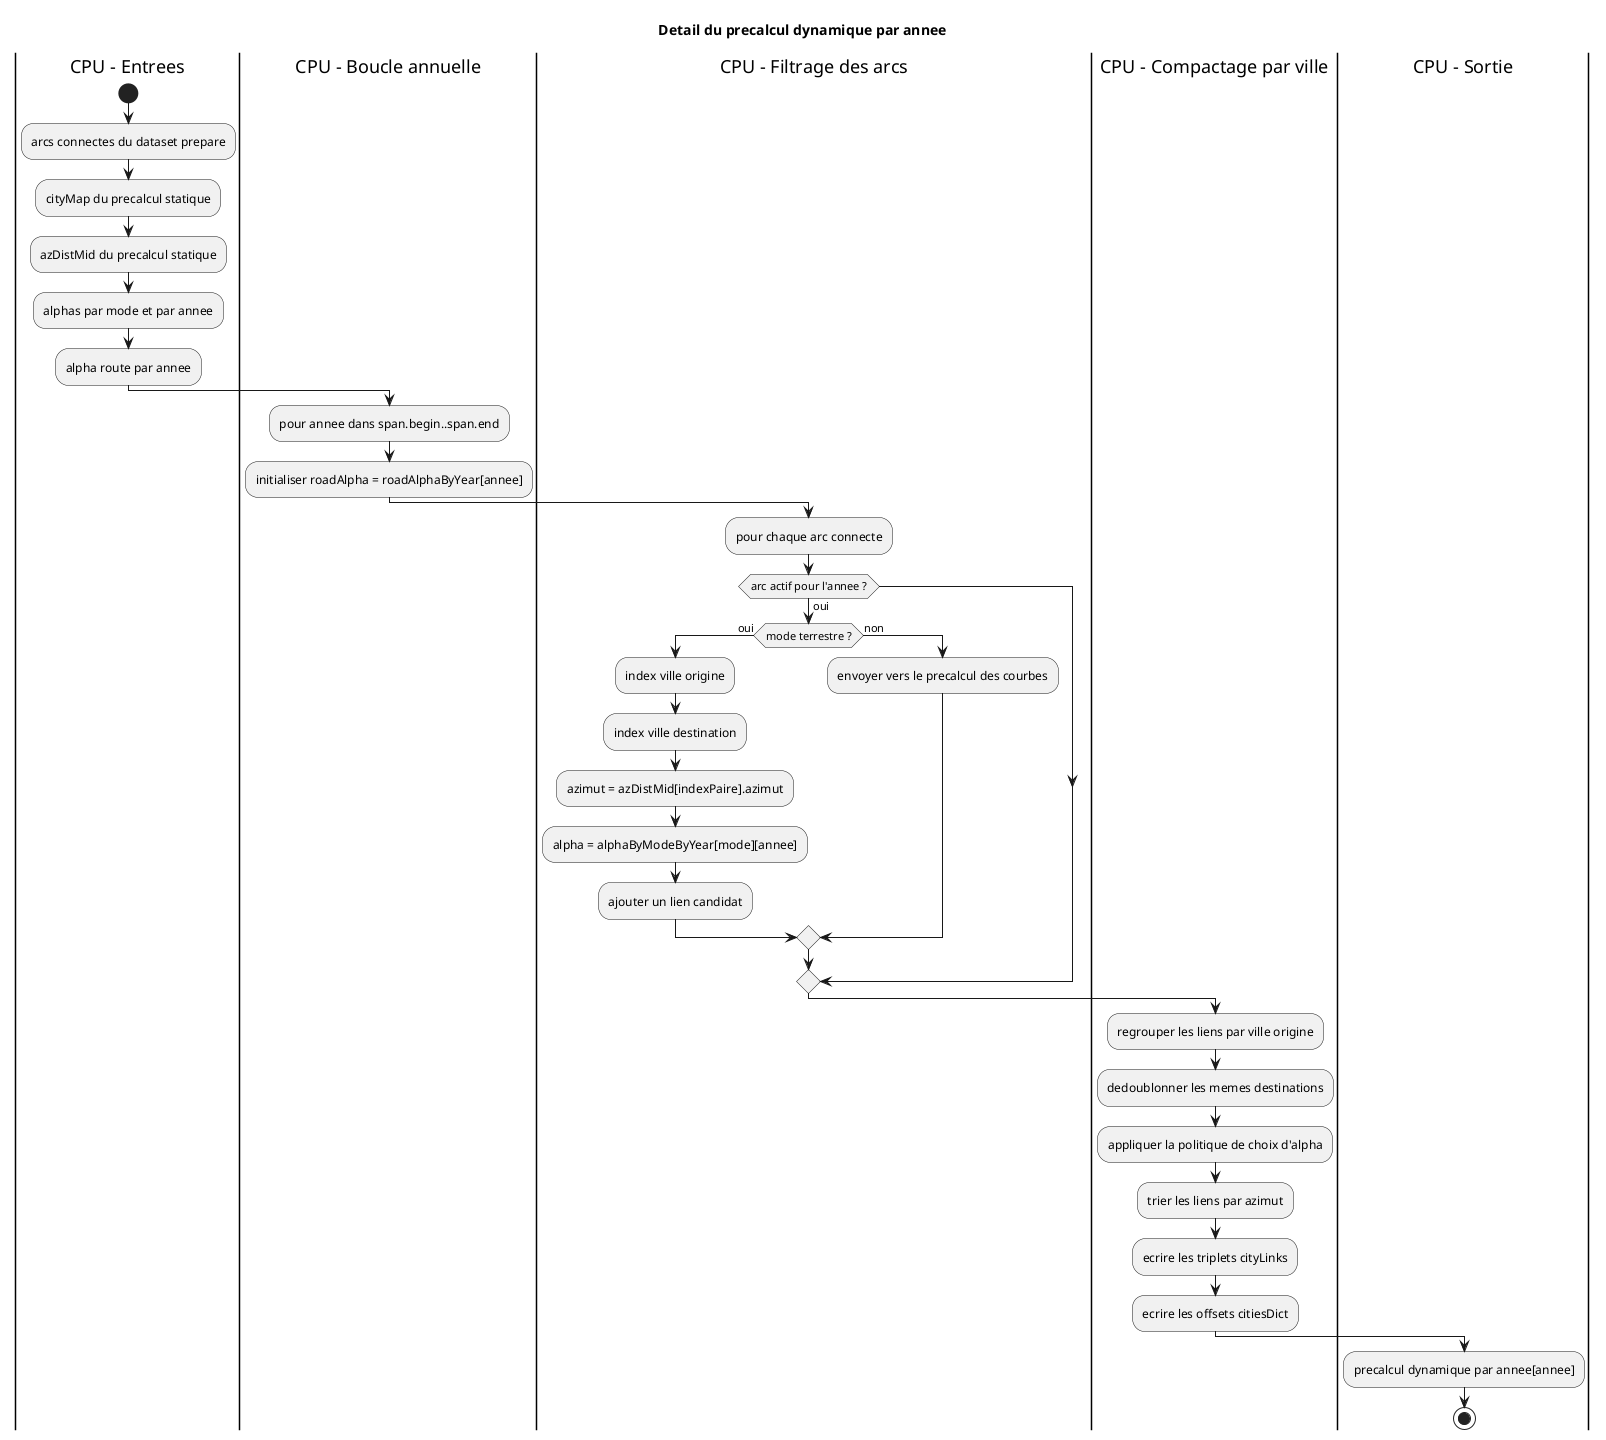
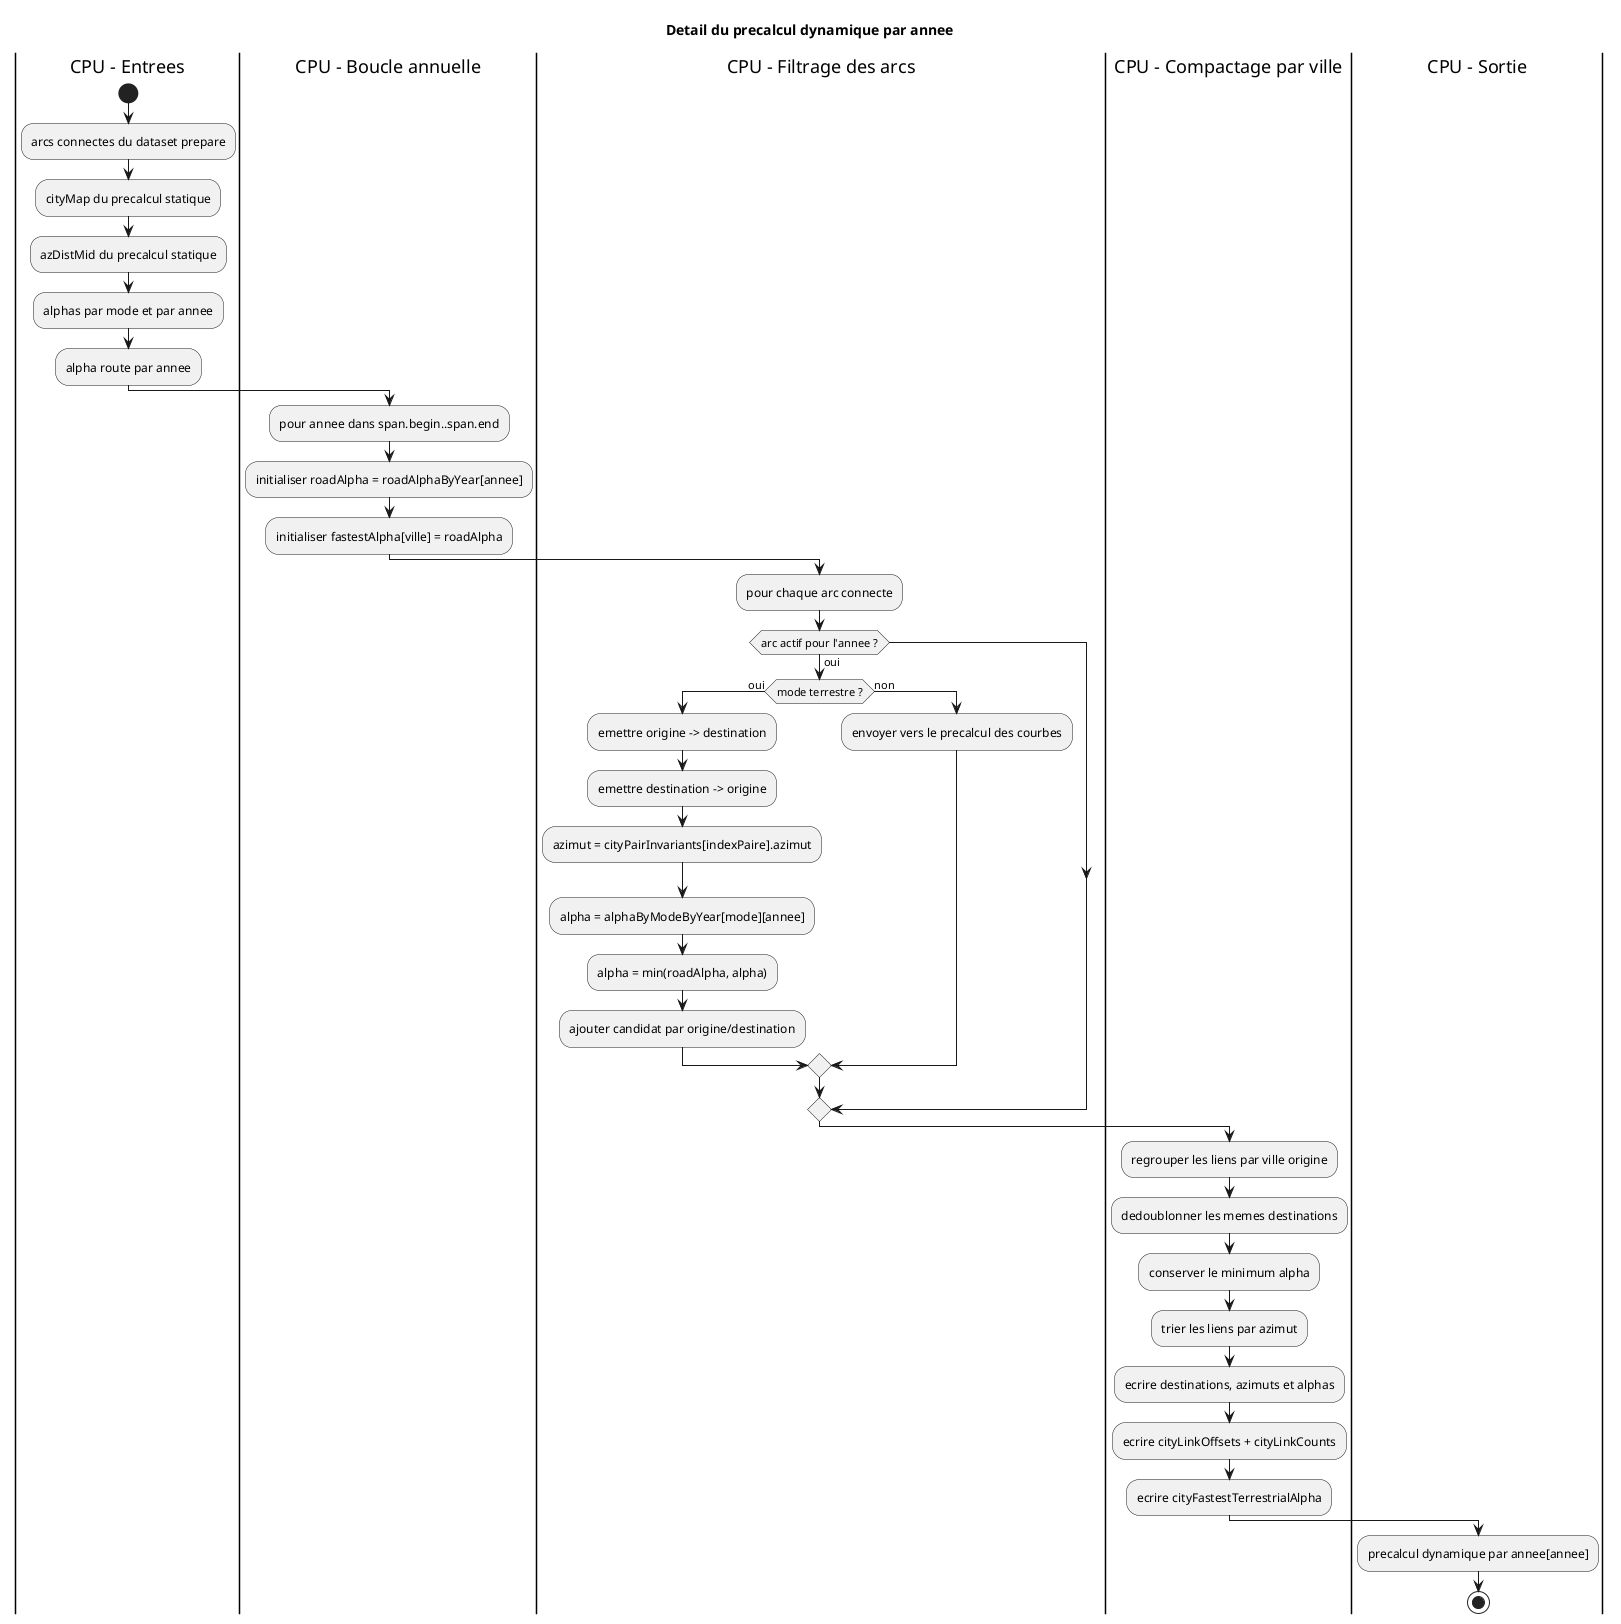
@startuml
title Detail du precalcul dynamique par annee

|CPU - Entrees|
start
:arcs connectes du dataset prepare;
:cityMap du precalcul statique;
:azDistMid du precalcul statique;
:alphas par mode et par annee;
:alpha route par annee;

|CPU - Boucle annuelle|
:pour annee dans span.begin..span.end;
:initialiser roadAlpha = roadAlphaByYear[annee];
+ :initialiser fastestAlpha[ville] = roadAlpha;

|CPU - Filtrage des arcs|
:pour chaque arc connecte;
if (arc actif pour l'annee ?) then (oui)
  if (mode terrestre ?) then (oui)
-     :index ville origine;
-     :index ville destination;
-     :azimut = azDistMid[indexPaire].azimut;
+     :emettre origine -> destination;
+     :emettre destination -> origine;
+     :azimut = cityPairInvariants[indexPaire].azimut;
    :alpha = alphaByModeByYear[mode][annee];
-     :ajouter un lien candidat;
+     :alpha = min(roadAlpha, alpha);
+     :ajouter candidat par origine/destination;
  else (non)
    :envoyer vers le precalcul des courbes;
  endif
endif

|CPU - Compactage par ville|
:regrouper les liens par ville origine;
:dedoublonner les memes destinations;
- :appliquer la politique de choix d'alpha;
+ :conserver le minimum alpha;
:trier les liens par azimut;
- :ecrire les triplets cityLinks;
- :ecrire les offsets citiesDict;
+ :ecrire destinations, azimuts et alphas;
+ :ecrire cityLinkOffsets + cityLinkCounts;
+ :ecrire cityFastestTerrestrialAlpha;

|CPU - Sortie|
:precalcul dynamique par annee[annee];
stop
@enduml
